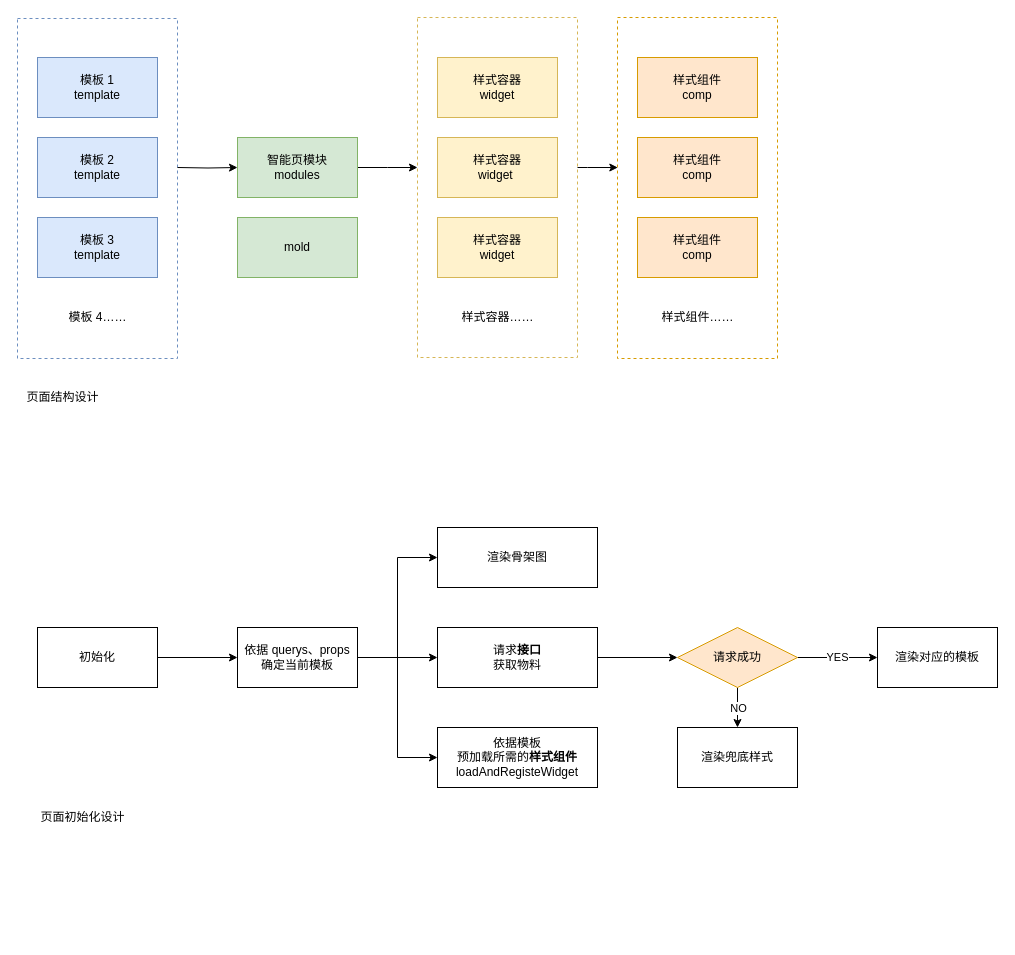
This is FC programmed landing page.drawio from qqqqqcy/processon, a draw.io file, before an edit. Source tidied: cells renumbered, new cells numbered last; positions are measured from the earlier drawing's top-left corner, leaving out a move shared by most shapes. Both pictures are drawn from the tidied source at 100%, with x=0, y=0 at pixel (17, 17).
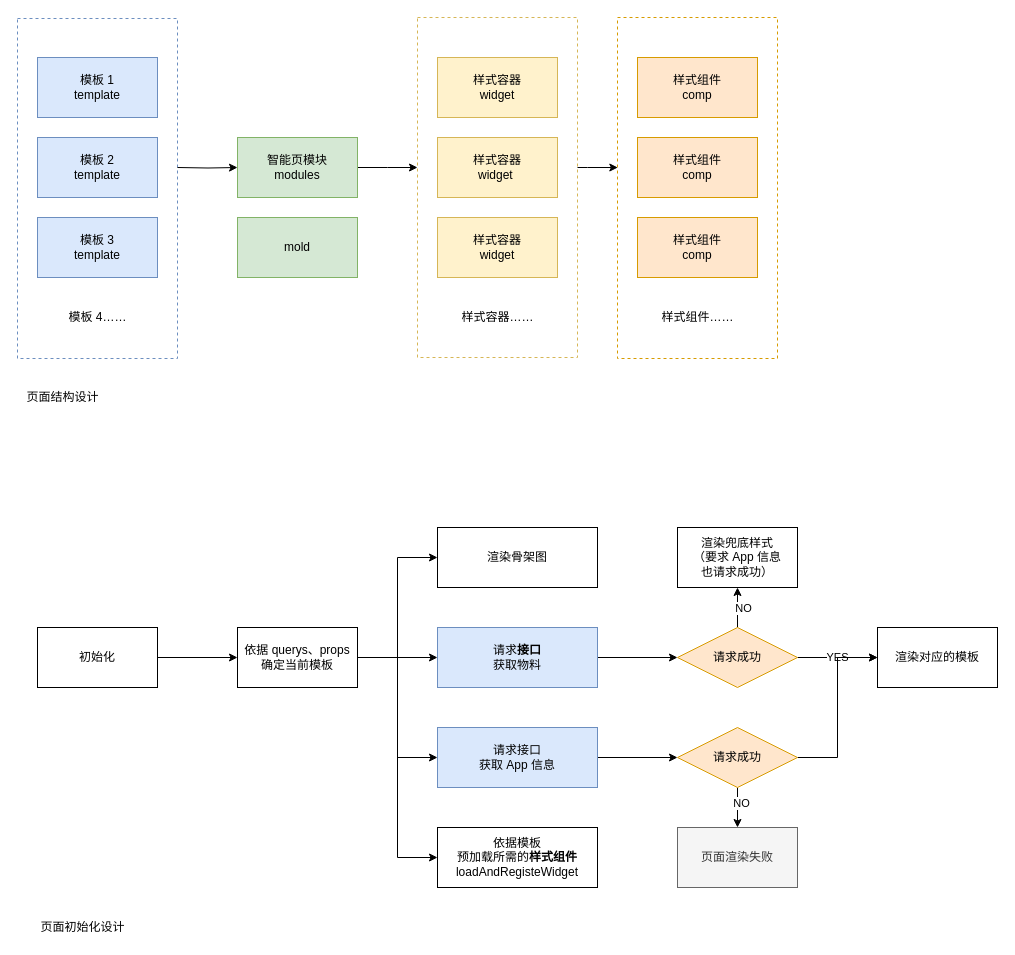
The same diagram, later.

The change refers to these unchanged cells:
```xml
<mxCell id="27" value="依据 querys、props&lt;br&gt;确定当前模板" style="rounded=0;whiteSpace=wrap;html=1;strokeColor=default;fillColor=default;" parent="1" vertex="1">
  <mxGeometry x="220" y="610" width="120" height="60" as="geometry" />
</mxCell>
<mxCell id="32" style="edgeStyle=orthogonalEdgeStyle;rounded=0;jettySize=auto;html=1;" parent="1" edge="1" source="35" target="36">
  <mxGeometry relative="1" as="geometry" />
</mxCell>
<mxCell id="37" value="渲染对应的模板" style="whiteSpace=wrap;html=1;" parent="1" vertex="1">
  <mxGeometry x="860" y="610" width="120" height="60" as="geometry" />
</mxCell>
```

What changed in the source:
```diff
@@
+    <mxCell id="40" style="edgeStyle=orthogonalEdgeStyle;rounded=0;jettySize=auto;html=1;entryX=0;entryY=0.5;entryDx=0;entryDy=0;" parent="1" edge="1" source="27" target="42">
+      <mxGeometry relative="1" as="geometry" />
+    </mxCell>
@@
-    <mxCell id="30" value="请求&lt;b&gt;接口&lt;/b&gt;&lt;br&gt;获取物料" style="rounded=0;whiteSpace=wrap;html=1;strokeColor=default;fillColor=default;" parent="1" vertex="1">
+    <mxCell id="30" value="请求&lt;b&gt;接口&lt;/b&gt;&lt;br&gt;获取物料" style="rounded=0;whiteSpace=wrap;html=1;strokeColor=#6c8ebf;fillColor=#dae8fc;" parent="1" vertex="1">
       <mxGeometry x="420" y="610" width="160" height="60" as="geometry" />
     </mxCell>
     <mxCell id="31" value="依据模板&lt;br&gt;预加载所需的&lt;b&gt;样式组件&lt;br&gt;&lt;/b&gt;loadAndRegisteWidget" style="rounded=0;whiteSpace=wrap;html=1;strokeColor=default;fillColor=default;" parent="1" vertex="1">
-      <mxGeometry x="420" y="710" width="160" height="60" as="geometry" />
+      <mxGeometry x="420" y="810" width="160" height="60" as="geometry" />
     </mxCell>
@@
     <mxCell id="33" value="NO" style="edgeLabel;html=1;align=center;verticalAlign=middle;" parent="32" vertex="1">
       <mxGeometry x="0.17" y="-4" relative="1" as="geometry">
-        <mxPoint x="4" y="-3" as="offset" />
+        <mxPoint x="1" y="3" as="offset" />
       </mxGeometry>
     </mxCell>
@@
-    <mxCell id="36" value="渲染兜底样式" style="whiteSpace=wrap;html=1;" parent="1" vertex="1">
-      <mxGeometry x="660" y="710" width="120" height="60" as="geometry" />
+    <mxCell id="36" value="渲染兜底样式&lt;br&gt;（要求 App 信息&lt;br&gt;也请求成功）" style="whiteSpace=wrap;html=1;" parent="1" vertex="1">
+      <mxGeometry x="660" y="510" width="120" height="60" as="geometry" />
     </mxCell>
@@
     <mxCell id="38" value="页面初始化设计" style="text;html=1;align=center;verticalAlign=middle;strokeColor=none;fillColor=none;" parent="1" vertex="1">
-      <mxGeometry x="15" y="790" width="100" height="20" as="geometry" />
+      <mxGeometry x="15" y="900" width="100" height="20" as="geometry" />
     </mxCell>
@@
+    <mxCell id="41" style="edgeStyle=orthogonalEdgeStyle;rounded=0;jettySize=auto;html=1;" parent="1" edge="1" source="42" target="46">
+      <mxGeometry relative="1" as="geometry" />
+    </mxCell>
+    <mxCell id="42" value="请求接口&lt;br&gt;获取 App 信息" style="rounded=0;whiteSpace=wrap;html=1;strokeColor=#6c8ebf;fillColor=#dae8fc;" parent="1" vertex="1">
+      <mxGeometry x="420" y="710" width="160" height="60" as="geometry" />
+    </mxCell>
+    <mxCell id="43" style="edgeStyle=orthogonalEdgeStyle;rounded=0;jettySize=auto;html=1;entryX=0;entryY=0.5;entryDx=0;entryDy=0;" parent="1" edge="1" source="46" target="37">
+      <mxGeometry relative="1" as="geometry" />
+    </mxCell>
+    <mxCell id="44" style="edgeStyle=orthogonalEdgeStyle;rounded=0;jettySize=auto;html=1;" parent="1" edge="1" source="46" target="47">
+      <mxGeometry relative="1" as="geometry" />
+    </mxCell>
+    <mxCell id="45" value="NO" style="edgeLabel;html=1;align=center;verticalAlign=middle;" parent="44" vertex="1">
+      <mxGeometry x="-0.25" y="3" relative="1" as="geometry" />
+    </mxCell>
+    <mxCell id="46" value="请求成功" style="rhombus;whiteSpace=wrap;html=1;strokeColor=#d79b00;fillColor=#ffe6cc;" parent="1" vertex="1">
+      <mxGeometry x="660" y="710" width="120" height="60" as="geometry" />
+    </mxCell>
+    <mxCell id="47" value="页面渲染失败" style="whiteSpace=wrap;html=1;fillColor=#f5f5f5;fontColor=#333333;strokeColor=#666666;" parent="1" vertex="1">
+      <mxGeometry x="660" y="810" width="120" height="60" as="geometry" />
+    </mxCell>
```
